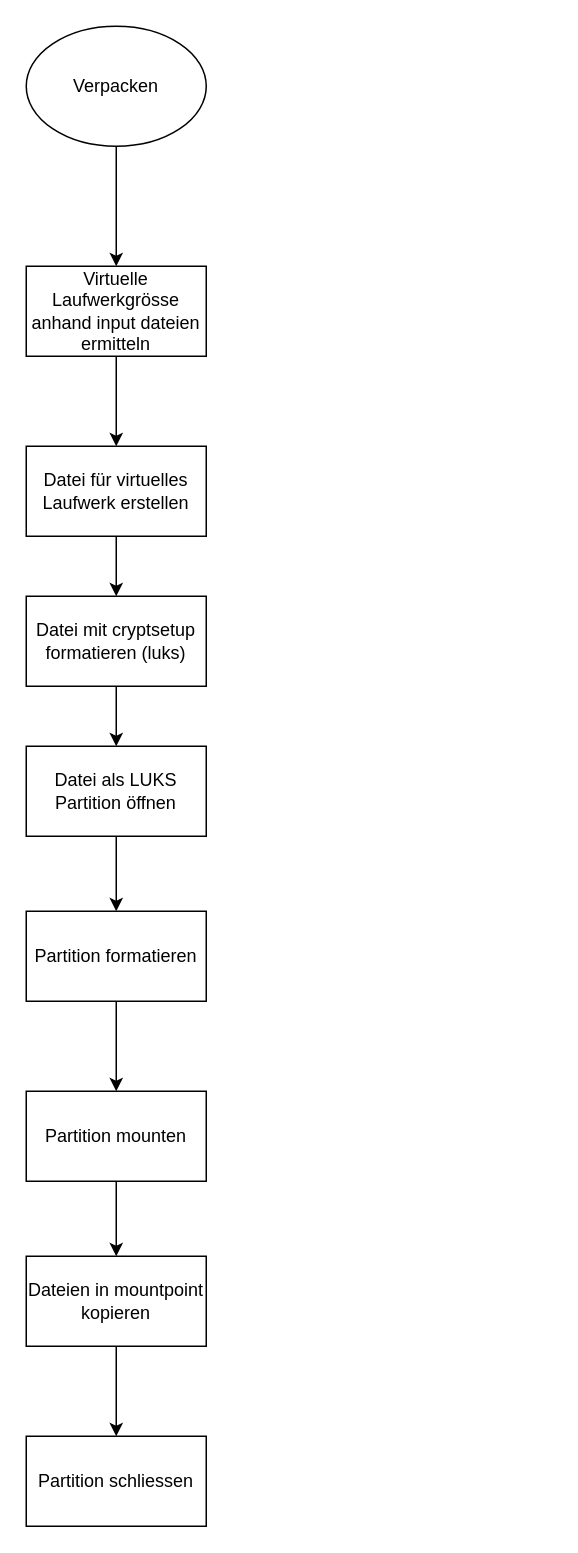
The draw.io diagram flow.drawio in MelloniDev/ltar, before the edit. Source tidied: cells renumbered, new cells numbered last; positions are measured from the earlier drawing's top-left corner, leaving out a move shared by most shapes. Both pictures are drawn from the tidied source at 150%, with x=0, y=0 at pixel (26, 26).
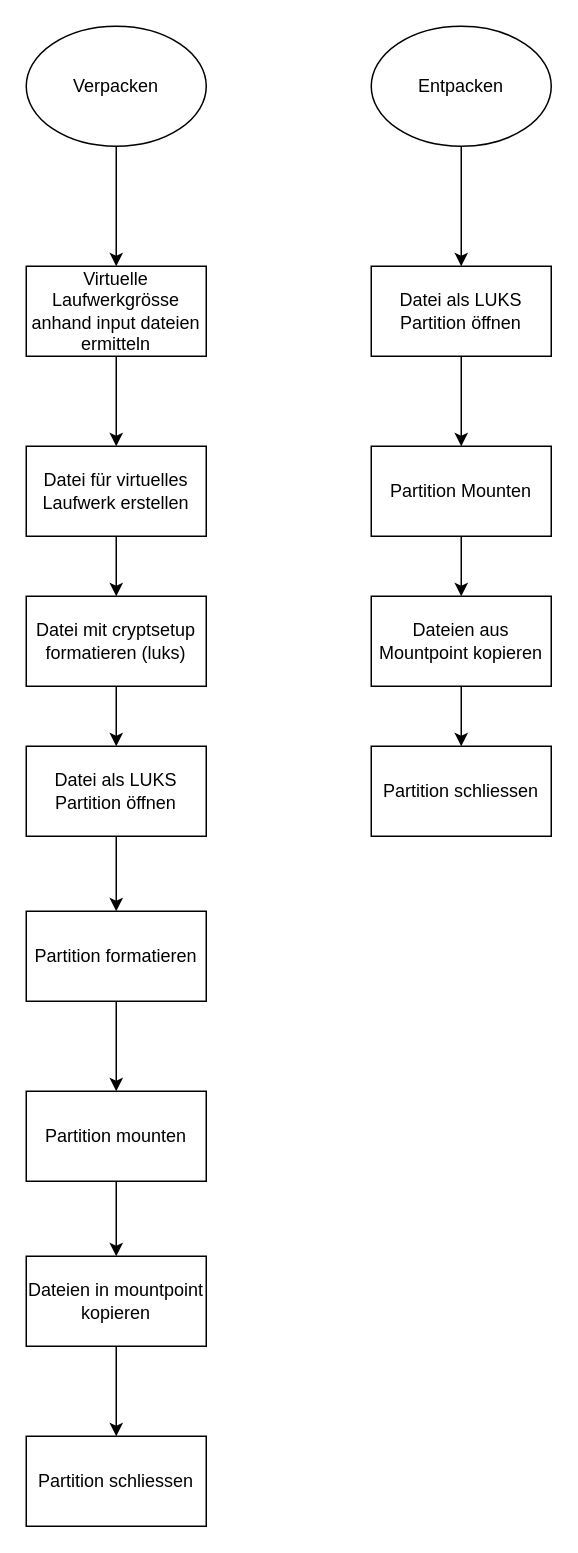
The same diagram, later.

Commit message (it also covers changes not shown here):
added unpack process to chart

Change to the diagram source:
```diff
@@
+    <mxCell id="19" style="edgeStyle=orthogonalEdgeStyle;rounded=0;jettySize=auto;html=1;exitX=0.5;exitY=1;exitDx=0;exitDy=0;entryX=0.5;entryY=0;entryDx=0;entryDy=0;" parent="1" edge="1" source="20" target="22">
+      <mxGeometry relative="1" as="geometry" />
+    </mxCell>
+    <mxCell id="20" value="Entpacken" style="ellipse;whiteSpace=wrap;html=1;" parent="1" vertex="1">
+      <mxGeometry x="230" width="120" height="80" as="geometry" />
+    </mxCell>
+    <mxCell id="21" style="edgeStyle=orthogonalEdgeStyle;rounded=0;jettySize=auto;html=1;exitX=0.5;exitY=1;exitDx=0;exitDy=0;" parent="1" edge="1" source="22" target="24">
+      <mxGeometry relative="1" as="geometry" />
+    </mxCell>
+    <mxCell id="22" value="Datei als LUKS Partition öffnen" style="rounded=0;whiteSpace=wrap;html=1;" parent="1" vertex="1">
+      <mxGeometry x="230" y="160" width="120" height="60" as="geometry" />
+    </mxCell>
+    <mxCell id="23" style="edgeStyle=orthogonalEdgeStyle;rounded=0;jettySize=auto;html=1;exitX=0.5;exitY=1;exitDx=0;exitDy=0;entryX=0.5;entryY=0;entryDx=0;entryDy=0;" parent="1" edge="1" source="24" target="26">
+      <mxGeometry relative="1" as="geometry" />
+    </mxCell>
+    <mxCell id="24" value="Partition Mounten" style="rounded=0;whiteSpace=wrap;html=1;" parent="1" vertex="1">
+      <mxGeometry x="230" y="280" width="120" height="60" as="geometry" />
+    </mxCell>
+    <mxCell id="25" style="edgeStyle=orthogonalEdgeStyle;rounded=0;jettySize=auto;html=1;exitX=0.5;exitY=1;exitDx=0;exitDy=0;entryX=0.5;entryY=0;entryDx=0;entryDy=0;" parent="1" edge="1" source="26" target="27">
+      <mxGeometry relative="1" as="geometry" />
+    </mxCell>
+    <mxCell id="26" value="Dateien aus Mountpoint kopieren" style="rounded=0;whiteSpace=wrap;html=1;" parent="1" vertex="1">
+      <mxGeometry x="230" y="380" width="120" height="60" as="geometry" />
+    </mxCell>
+    <mxCell id="27" value="Partition schliessen" style="rounded=0;whiteSpace=wrap;html=1;" parent="1" vertex="1">
+      <mxGeometry x="230" y="480" width="120" height="60" as="geometry" />
+    </mxCell>
```
